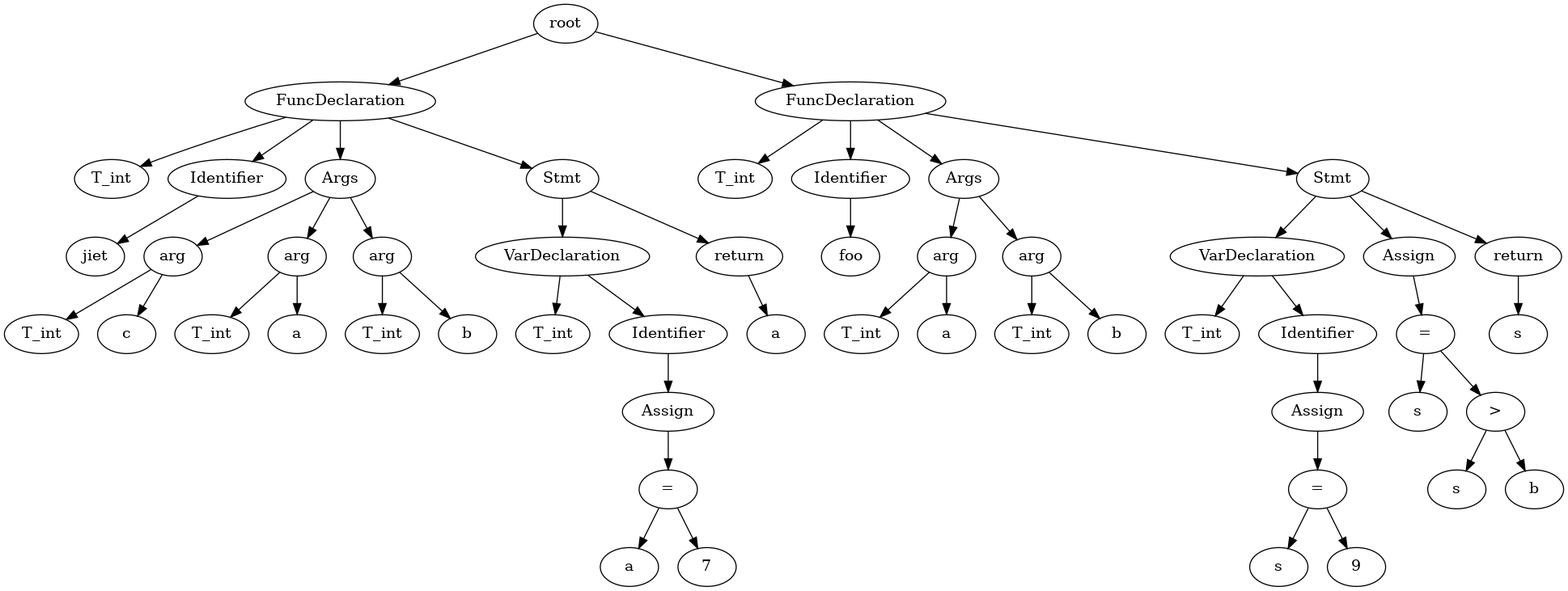
Before: test.gv.png, a diagram exported from Graphviz (Jstar49/starCC). Its source is kept beside it as test.gv.
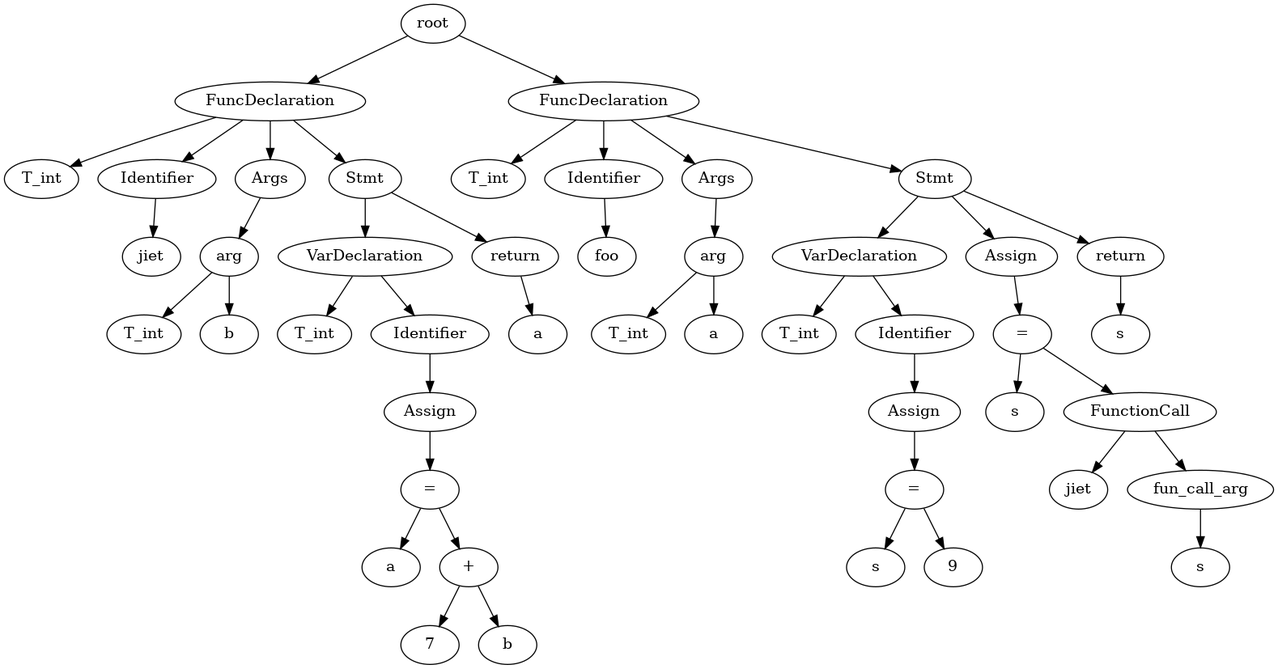
The same file after the commit.

Diff of the diagram source:
```diff
@@ -14,92 +14,80 @@
 	4 -> 5
 	6 [label=T_int]
 	5 -> 6
-	7 [label=c]
+	7 [label=b]
 	5 -> 7
-	8 [label=arg]
-	4 -> 8
-	9 [label=T_int]
+	8 [label=Stmt]
+	0 -> 8
+	9 [label=VarDeclaration]
 	8 -> 9
-	10 [label=a]
-	8 -> 10
-	11 [label=arg]
-	4 -> 11
-	12 [label=T_int]
+	10 [label=T_int]
+	9 -> 10
+	11 [label=Identifier]
+	9 -> 11
+	12 [label=Assign]
 	11 -> 12
-	13 [label=b]
-	11 -> 13
-	14 [label=Stmt]
-	0 -> 14
-	15 [label=VarDeclaration]
-	14 -> 15
-	16 [label=T_int]
-	15 -> 16
-	17 [label=Identifier]
-	15 -> 17
-	18 [label=Assign]
-	17 -> 18
-	20 [label="="]
-	18 -> 20
+	14 [label="="]
+	12 -> 14
+	13 [label=a]
+	14 -> 13
+	16 [label="+"]
+	14 -> 16
+	15 [label=7]
+	16 -> 15
+	17 [label=b]
+	16 -> 17
+	18 [label=return]
+	8 -> 18
 	19 [label=a]
-	20 -> 19
-	21 [label=7]
+	18 -> 19
+	20 [label=FuncDeclaration]
+	None -> 20
+	21 [label=T_int]
 	20 -> 21
-	22 [label=return]
-	14 -> 22
-	23 [label=a]
+	22 [label=Identifier]
+	20 -> 22
+	23 [label=foo]
 	22 -> 23
-	24 [label=FuncDeclaration]
-	None -> 24
-	25 [label=T_int]
+	24 [label=Args]
+	20 -> 24
+	25 [label=arg]
 	24 -> 25
-	26 [label=Identifier]
-	24 -> 26
-	27 [label=foo]
-	26 -> 27
-	28 [label=Args]
-	24 -> 28
-	29 [label=arg]
+	26 [label=T_int]
+	25 -> 26
+	27 [label=a]
+	25 -> 27
+	28 [label=Stmt]
+	20 -> 28
+	29 [label=VarDeclaration]
 	28 -> 29
 	30 [label=T_int]
 	29 -> 30
-	31 [label=a]
+	31 [label=Identifier]
 	29 -> 31
-	32 [label=arg]
-	28 -> 32
-	33 [label=T_int]
-	32 -> 33
-	34 [label=b]
+	32 [label=Assign]
+	31 -> 32
+	34 [label="="]
 	32 -> 34
-	35 [label=Stmt]
-	24 -> 35
-	36 [label=VarDeclaration]
-	35 -> 36
-	37 [label=T_int]
-	36 -> 37
-	38 [label=Identifier]
+	33 [label=s]
+	34 -> 33
+	35 [label=9]
+	34 -> 35
+	36 [label=Assign]
+	28 -> 36
+	38 [label="="]
 	36 -> 38
-	39 [label=Assign]
+	37 [label=s]
+	38 -> 37
+	39 [label=FunctionCall]
 	38 -> 39
-	41 [label="="]
+	40 [label=jiet]
+	39 -> 40
+	41 [label=fun_call_arg]
 	39 -> 41
-	40 [label=s]
-	41 -> 40
-	42 [label=9]
+	42 [label=s]
 	41 -> 42
-	43 [label=Assign]
-	35 -> 43
-	45 [label="="]
-	43 -> 45
+	43 [label=return]
+	28 -> 43
 	44 [label=s]
-	45 -> 44
-	47 [label=">"]
-	45 -> 47
-	46 [label=s]
-	47 -> 46
-	48 [label=b]
-	47 -> 48
-	49 [label=return]
-	35 -> 49
-	50 [label=s]
-	49 -> 50
+	43 -> 44
 }
```
